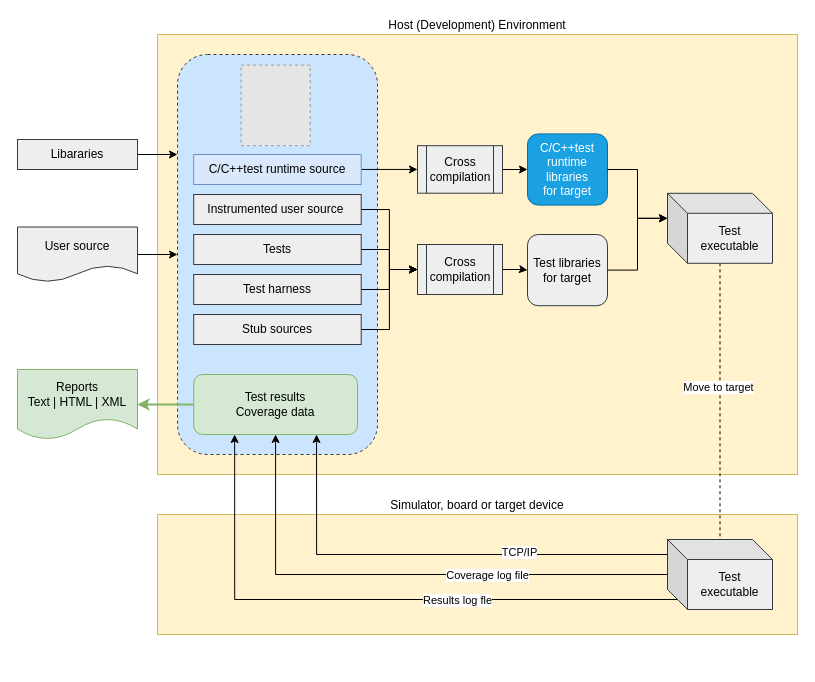
Above: cpptest-testing-diagrams.drawio in gtrofimov/draw-io-projects (draw.io), before the change. Source tidied: cells renumbered, new cells numbered last; positions are measured from the earlier drawing's top-left corner, leaving out a move shared by most shapes. Both pictures are drawn from the tidied source at 100%, with x=0, y=0 at pixel (17, 34). Pictures stored in the file or linked from it are replaced by grey dashed boxes.
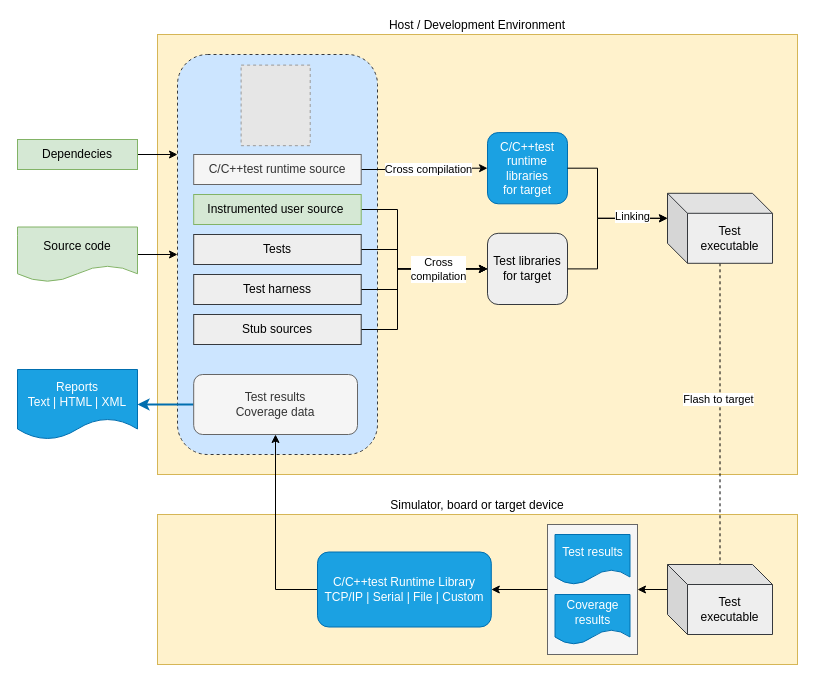
Above is the later version.

The change refers to these unchanged cells:
```xml
<mxCell id="10" value="Test harness" style="rounded=0;whiteSpace=wrap;html=1;fillColor=#eeeeee;strokeColor=#36393d;" parent="1" vertex="1">
  <mxGeometry x="176.2" y="240" width="167.5" height="30" as="geometry" />
</mxCell>
<mxCell id="12" value="Stub sources" style="rounded=0;whiteSpace=wrap;html=1;fillColor=#eeeeee;strokeColor=#36393d;" parent="1" vertex="1">
  <mxGeometry x="176.2" y="280" width="167.5" height="30" as="geometry" />
</mxCell>
<mxCell id="16" value="Tests" style="rounded=0;whiteSpace=wrap;html=1;fillColor=#eeeeee;strokeColor=#36393d;" parent="1" vertex="1">
  <mxGeometry x="176.2" y="200" width="167.5" height="30" as="geometry" />
</mxCell>
<mxCell id="24" style="edgeStyle=orthogonalEdgeStyle;rounded=0;jettySize=auto;html=1;strokeWidth=1;dashed=1;endArrow=none;endFill=0;" parent="1" edge="1" source="26" target="37">
  <mxGeometry relative="1" as="geometry" />
</mxCell>
<mxCell id="26" value="Test executable" style="shape=cube;whiteSpace=wrap;html=1;boundedLbl=1;backgroundOutline=1;darkOpacity=0.05;darkOpacity2=0.1;fillColor=#eeeeee;strokeColor=#36393d;" parent="1" vertex="1">
  <mxGeometry x="650" y="158.8" width="105" height="70" as="geometry" />
</mxCell>
```

The edit, as a diff of the source:
```diff
@@
     <mxCell id="2" value="Simulator, board or target device" style="rounded=0;whiteSpace=wrap;html=1;labelPosition=center;verticalLabelPosition=top;align=center;verticalAlign=bottom;fillColor=#fff2cc;strokeColor=#d6b656;" parent="1" vertex="1">
-      <mxGeometry x="140" y="480" width="640" height="120" as="geometry" />
+      <mxGeometry x="140" y="480" width="640" height="150" as="geometry" />
     </mxCell>
-    <mxCell id="3" value="Host (Development) Environment" style="rounded=0;whiteSpace=wrap;html=1;labelPosition=center;verticalLabelPosition=top;align=center;verticalAlign=bottom;fillColor=#fff2cc;strokeColor=#d6b656;" parent="1" vertex="1">
+    <mxCell id="3" value="Host / Development Environment" style="rounded=0;whiteSpace=wrap;html=1;labelPosition=center;verticalLabelPosition=top;align=center;verticalAlign=bottom;fillColor=#fff2cc;strokeColor=#d6b656;" parent="1" vertex="1">
       <mxGeometry x="140" width="640" height="440" as="geometry" />
     </mxCell>
@@
-    <mxCell id="5" style="edgeStyle=orthogonalEdgeStyle;rounded=0;jettySize=auto;html=1;entryX=0;entryY=0.5;entryDx=0;entryDy=0;" parent="1" edge="1" source="6" target="14">
+    <mxCell id="5" style="edgeStyle=orthogonalEdgeStyle;rounded=0;jettySize=auto;html=1;entryX=0;entryY=0.5;entryDx=0;entryDy=0;" parent="1" edge="1" source="6" target="19">
       <mxGeometry relative="1" as="geometry" />
     </mxCell>
+    <mxCell id="41" value="Cross compilation" style="edgeLabel;html=1;align=center;verticalAlign=middle;" parent="5" vertex="1">
+      <mxGeometry x="0.13" y="-1" relative="1" as="geometry">
+        <mxPoint x="-4" as="offset" />
+      </mxGeometry>
+    </mxCell>
-    <mxCell id="6" value="C/C++test runtime source" style="rounded=0;whiteSpace=wrap;html=1;fillColor=#dae8fc;strokeColor=#6c8ebf;" parent="1" vertex="1">
+    <mxCell id="6" value="C/C++test runtime source" style="rounded=0;whiteSpace=wrap;html=1;fillColor=#f5f5f5;strokeColor=#666666;fontColor=#333333;" parent="1" vertex="1">
       <mxGeometry x="176.2" y="120" width="167.5" height="30" as="geometry" />
     </mxCell>
-    <mxCell id="7" style="edgeStyle=orthogonalEdgeStyle;rounded=0;jettySize=auto;html=1;entryX=0;entryY=0.5;entryDx=0;entryDy=0;" parent="1" edge="1" source="8" target="18">
-      <mxGeometry relative="1" as="geometry" />
+    <mxCell id="7" style="edgeStyle=orthogonalEdgeStyle;rounded=0;jettySize=auto;html=1;entryX=0;entryY=0.5;entryDx=0;entryDy=0;" parent="1" edge="1" source="8" target="20">
+      <mxGeometry relative="1" as="geometry">
+        <Array as="points">
+          <mxPoint x="380" y="175" />
+          <mxPoint x="380" y="234" />
+        </Array>
+      </mxGeometry>
     </mxCell>
-    <mxCell id="8" value="Instrumented user source&amp;nbsp;" style="rounded=0;whiteSpace=wrap;html=1;fillColor=#eeeeee;strokeColor=#36393d;" parent="1" vertex="1">
+    <mxCell id="8" value="Instrumented user source&amp;nbsp;" style="rounded=0;whiteSpace=wrap;html=1;fillColor=#d5e8d4;strokeColor=#82b366;" parent="1" vertex="1">
       <mxGeometry x="176.2" y="160" width="167.5" height="30" as="geometry" />
     </mxCell>
-    <mxCell id="9" style="edgeStyle=orthogonalEdgeStyle;rounded=0;jettySize=auto;html=1;entryX=0;entryY=0.5;entryDx=0;entryDy=0;" parent="1" edge="1" source="10" target="18">
-      <mxGeometry relative="1" as="geometry" />
+    <mxCell id="9" style="edgeStyle=orthogonalEdgeStyle;rounded=0;jettySize=auto;html=1;entryX=0;entryY=0.5;entryDx=0;entryDy=0;" parent="1" edge="1" source="10" target="20">
+      <mxGeometry relative="1" as="geometry">
+        <Array as="points">
+          <mxPoint x="380" y="255" />
+          <mxPoint x="380" y="234" />
+        </Array>
+      </mxGeometry>
     </mxCell>
@@
-    <mxCell id="11" style="edgeStyle=orthogonalEdgeStyle;rounded=0;jettySize=auto;html=1;entryX=0;entryY=0.5;entryDx=0;entryDy=0;" parent="1" edge="1" source="12" target="18">
-      <mxGeometry relative="1" as="geometry" />
+    <mxCell id="11" style="edgeStyle=orthogonalEdgeStyle;rounded=0;jettySize=auto;html=1;entryX=0;entryY=0.5;entryDx=0;entryDy=0;" parent="1" edge="1" source="12" target="20">
+      <mxGeometry relative="1" as="geometry">
+        <Array as="points">
+          <mxPoint x="380" y="295" />
+          <mxPoint x="380" y="234" />
+        </Array>
+      </mxGeometry>
     </mxCell>
@@
-    <mxCell id="13" style="edgeStyle=orthogonalEdgeStyle;rounded=0;jettySize=auto;html=1;" parent="1" edge="1" source="14" target="19">
-      <mxGeometry relative="1" as="geometry" />
-    </mxCell>
-    <mxCell id="14" value="Cross compilation" style="shape=process;whiteSpace=wrap;html=1;backgroundOutline=1;fillColor=#eeeeee;strokeColor=#36393d;" parent="1" vertex="1">
-      <mxGeometry x="400" y="111.2" width="85" height="47.5" as="geometry" />
-    </mxCell>
-    <mxCell id="15" style="edgeStyle=orthogonalEdgeStyle;rounded=0;jettySize=auto;html=1;entryX=0;entryY=0.5;entryDx=0;entryDy=0;" parent="1" edge="1" source="16" target="18">
-      <mxGeometry relative="1" as="geometry" />
+    <mxCell id="15" style="edgeStyle=orthogonalEdgeStyle;rounded=0;jettySize=auto;html=1;entryX=0;entryY=0.5;entryDx=0;entryDy=0;" parent="1" edge="1" source="16" target="20">
+      <mxGeometry relative="1" as="geometry">
+        <Array as="points">
+          <mxPoint x="380" y="215" />
+          <mxPoint x="380" y="234" />
+        </Array>
+      </mxGeometry>
     </mxCell>
+    <mxCell id="42" value="Cross&lt;div&gt;compilation&lt;/div&gt;" style="edgeLabel;html=1;align=center;verticalAlign=middle;" parent="15" vertex="1">
+      <mxGeometry x="0.55" y="-1" relative="1" as="geometry">
+        <mxPoint x="-17" y="-1" as="offset" />
+      </mxGeometry>
+    </mxCell>
@@
-    <mxCell id="17" style="edgeStyle=orthogonalEdgeStyle;rounded=0;jettySize=auto;html=1;" parent="1" edge="1" source="18" target="20">
-      <mxGeometry relative="1" as="geometry" />
-    </mxCell>
-    <mxCell id="18" value="Cross compilation" style="shape=process;whiteSpace=wrap;html=1;backgroundOutline=1;fillColor=#eeeeee;strokeColor=#36393d;" parent="1" vertex="1">
-      <mxGeometry x="400" y="210" width="85" height="50" as="geometry" />
-    </mxCell>
     <mxCell id="19" value="C/C++test runtime libraries&lt;div&gt;for target&lt;/div&gt;" style="rounded=1;whiteSpace=wrap;html=1;fillColor=#1ba1e2;strokeColor=#006EAF;fontColor=#ffffff;" parent="1" vertex="1">
-      <mxGeometry x="510" y="99.4" width="80" height="71.2" as="geometry" />
+      <mxGeometry x="470" y="98.1" width="80" height="71.2" as="geometry" />
     </mxCell>
     <mxCell id="20" value="Test libraries&lt;div&gt;for target&lt;/div&gt;" style="rounded=1;whiteSpace=wrap;html=1;fillColor=#eeeeee;strokeColor=#36393d;" parent="1" vertex="1">
-      <mxGeometry x="510" y="200" width="80" height="71.2" as="geometry" />
+      <mxGeometry x="470" y="198.8" width="80" height="71.2" as="geometry" />
     </mxCell>
@@
-    <mxCell id="22" value="User source" style="shape=document;whiteSpace=wrap;html=1;boundedLbl=1;fillColor=#eeeeee;strokeColor=#36393d;" parent="1" vertex="1">
+    <mxCell id="22" value="Source code" style="shape=document;whiteSpace=wrap;html=1;boundedLbl=1;fillColor=#d5e8d4;strokeColor=#82b366;" parent="1" vertex="1">
       <mxGeometry y="192.5" width="120" height="55" as="geometry" />
     </mxCell>
-    <mxCell id="23" value="Reports&lt;div&gt;Text | HTML | XML&lt;/div&gt;" style="shape=document;whiteSpace=wrap;html=1;boundedLbl=1;fillColor=#d5e8d4;strokeColor=#82b366;" parent="1" vertex="1">
+    <mxCell id="23" value="Reports&lt;div&gt;Text | HTML | XML&lt;/div&gt;" style="shape=document;whiteSpace=wrap;html=1;boundedLbl=1;fillColor=#1ba1e2;strokeColor=#006EAF;fontColor=#ffffff;" parent="1" vertex="1">
       <mxGeometry y="335" width="120" height="70" as="geometry" />
     </mxCell>
@@
-    <mxCell id="25" value="Move to target" style="edgeLabel;html=1;align=center;verticalAlign=middle;" parent="24" vertex="1">
+    <mxCell id="25" value="Flash to target" style="edgeLabel;html=1;align=center;verticalAlign=middle;" parent="24" vertex="1">
       <mxGeometry x="-0.1" y="-2" relative="1" as="geometry" />
     </mxCell>
@@
     <mxCell id="27" style="edgeStyle=orthogonalEdgeStyle;rounded=0;jettySize=auto;html=1;entryX=0;entryY=0;entryDx=0;entryDy=25;entryPerimeter=0;" parent="1" edge="1" source="20" target="26">
-      <mxGeometry relative="1" as="geometry" />
+      <mxGeometry relative="1" as="geometry">
+        <Array as="points">
+          <mxPoint x="580" y="235" />
+          <mxPoint x="580" y="184" />
+        </Array>
+      </mxGeometry>
     </mxCell>
     <mxCell id="28" style="edgeStyle=orthogonalEdgeStyle;rounded=0;jettySize=auto;html=1;entryX=0;entryY=0;entryDx=0;entryDy=25;entryPerimeter=0;" parent="1" edge="1" source="19" target="26">
-      <mxGeometry relative="1" as="geometry" />
+      <mxGeometry relative="1" as="geometry">
+        <Array as="points">
+          <mxPoint x="580" y="134" />
+          <mxPoint x="580" y="184" />
+        </Array>
+      </mxGeometry>
     </mxCell>
+    <mxCell id="43" value="Linking" style="edgeLabel;html=1;align=center;verticalAlign=middle;" parent="28" vertex="1">
+      <mxGeometry x="0.63" y="2" relative="1" as="geometry">
+        <mxPoint x="-7" as="offset" />
+      </mxGeometry>
+    </mxCell>
@@
-    <mxCell id="30" value="Libararies" style="rounded=0;whiteSpace=wrap;html=1;fillColor=#eeeeee;strokeColor=#36393d;" parent="1" vertex="1">
+    <mxCell id="30" value="Dependecies" style="rounded=0;whiteSpace=wrap;html=1;fillColor=#d5e8d4;strokeColor=#82b366;" parent="1" vertex="1">
       <mxGeometry y="105" width="120" height="30" as="geometry" />
     </mxCell>
-    <mxCell id="31" style="edgeStyle=orthogonalEdgeStyle;rounded=0;jettySize=auto;html=1;entryX=0.5;entryY=1;entryDx=0;entryDy=0;" parent="1" edge="1" source="37" target="39">
-      <mxGeometry relative="1" as="geometry" />
-    </mxCell>
-    <mxCell id="32" value="Coverage log file" style="edgeLabel;html=1;align=center;verticalAlign=middle;" parent="31" vertex="1">
-      <mxGeometry x="-0.43" y="-4" relative="1" as="geometry">
-        <mxPoint x="-29" y="4" as="offset" />
-      </mxGeometry>
-    </mxCell>
-    <mxCell id="33" style="edgeStyle=orthogonalEdgeStyle;rounded=0;jettySize=auto;html=1;entryX=0.75;entryY=1;entryDx=0;entryDy=0;" parent="1" edge="1" source="37" target="39">
-      <mxGeometry relative="1" as="geometry">
-        <Array as="points">
-          <mxPoint x="299" y="520" />
-        </Array>
-      </mxGeometry>
-    </mxCell>
-    <mxCell id="34" value="TCP/IP" style="edgeLabel;html=1;align=center;verticalAlign=middle;" parent="33" vertex="1">
-      <mxGeometry x="-0.27" y="-3" relative="1" as="geometry">
-        <mxPoint x="23" as="offset" />
-      </mxGeometry>
-    </mxCell>
-    <mxCell id="35" style="edgeStyle=orthogonalEdgeStyle;rounded=0;jettySize=auto;html=1;exitX=0;exitY=0;exitDx=10;exitDy=60;exitPerimeter=0;entryX=0.25;entryY=1;entryDx=0;entryDy=0;" parent="1" edge="1" source="37" target="39">
-      <mxGeometry relative="1" as="geometry" />
-    </mxCell>
-    <mxCell id="36" value="Results log fle" style="edgeLabel;html=1;align=center;verticalAlign=middle;" parent="35" vertex="1">
-      <mxGeometry x="-0.31" relative="1" as="geometry">
-        <mxPoint x="-11" as="offset" />
-      </mxGeometry>
-    </mxCell>
+    <mxCell id="44" style="edgeStyle=orthogonalEdgeStyle;rounded=0;jettySize=auto;html=1;exitX=0;exitY=0;exitDx=0;exitDy=25;exitPerimeter=0;entryX=1;entryY=0.5;entryDx=0;entryDy=0;" parent="1" edge="1" source="37" target="46">
+      <mxGeometry relative="1" as="geometry" />
+    </mxCell>
     <mxCell id="37" value="Test executable" style="shape=cube;whiteSpace=wrap;html=1;boundedLbl=1;backgroundOutline=1;darkOpacity=0.05;darkOpacity2=0.1;fillColor=#eeeeee;strokeColor=#36393d;" parent="1" vertex="1">
-      <mxGeometry x="650" y="505" width="105" height="70" as="geometry" />
+      <mxGeometry x="650" y="530" width="105" height="70" as="geometry" />
     </mxCell>
-    <mxCell id="38" style="edgeStyle=orthogonalEdgeStyle;rounded=0;jettySize=auto;html=1;entryX=1;entryY=0.5;entryDx=0;entryDy=0;fillColor=#d5e8d4;strokeColor=#82b366;strokeWidth=2;" parent="1" edge="1" source="39" target="23">
+    <mxCell id="38" style="edgeStyle=orthogonalEdgeStyle;rounded=0;jettySize=auto;html=1;entryX=1;entryY=0.5;entryDx=0;entryDy=0;fillColor=#1ba1e2;strokeColor=#006EAF;strokeWidth=2;" parent="1" edge="1" source="39" target="23">
       <mxGeometry relative="1" as="geometry" />
     </mxCell>
-    <mxCell id="39" value="Test results&lt;div&gt;Coverage data&lt;/div&gt;" style="rounded=1;whiteSpace=wrap;html=1;fillColor=#d5e8d4;strokeColor=#82b366;" parent="1" vertex="1">
+    <mxCell id="39" value="Test results&lt;div&gt;Coverage data&lt;/div&gt;" style="rounded=1;whiteSpace=wrap;html=1;fillColor=#f5f5f5;strokeColor=#666666;fontColor=#333333;" parent="1" vertex="1">
       <mxGeometry x="176.2" y="340" width="163.8" height="60" as="geometry" />
     </mxCell>
@@
+    <mxCell id="45" style="group;fillColor=#f5f5f5;strokeColor=#666666;fontColor=#333333;" parent="1" vertex="1">
+      <mxGeometry x="530" y="490" width="90" height="130" as="geometry" />
+    </mxCell>
+    <mxCell id="46" style="rounded=0;whiteSpace=wrap;html=1;fillColor=#f5f5f5;fontColor=#333333;strokeColor=#666666;" parent="45" vertex="1">
+      <mxGeometry width="90" height="130" as="geometry" />
+    </mxCell>
+    <mxCell id="47" value="Test results" style="shape=document;whiteSpace=wrap;html=1;boundedLbl=1;fillColor=#1ba1e2;fontColor=#ffffff;strokeColor=#006EAF;" parent="45" vertex="1">
+      <mxGeometry x="7.5" y="10" width="75" height="50" as="geometry" />
+    </mxCell>
+    <mxCell id="48" value="Coverage results" style="shape=document;whiteSpace=wrap;html=1;boundedLbl=1;fillColor=#1ba1e2;fontColor=#ffffff;strokeColor=#006EAF;" parent="45" vertex="1">
+      <mxGeometry x="7.5" y="70" width="75" height="50" as="geometry" />
+    </mxCell>
+    <mxCell id="49" style="edgeStyle=orthogonalEdgeStyle;rounded=0;jettySize=auto;html=1;" parent="1" edge="1" source="50" target="39">
+      <mxGeometry relative="1" as="geometry">
+        <Array as="points">
+          <mxPoint x="258" y="555" />
+        </Array>
+      </mxGeometry>
+    </mxCell>
+    <mxCell id="50" value="&lt;span style=&quot;color: rgb(255, 255, 255);&quot;&gt;C/C++test Runtime Library&lt;/span&gt;&lt;div style=&quot;color: rgb(255, 255, 255);&quot;&gt;TCP/IP | Serial | File | Custom&lt;/div&gt;" style="rounded=1;whiteSpace=wrap;html=1;fillColor=#1ba1e2;fontColor=#ffffff;strokeColor=#006EAF;" parent="1" vertex="1">
+      <mxGeometry x="300" y="517.5" width="173.8" height="75" as="geometry" />
+    </mxCell>
+    <mxCell id="51" style="edgeStyle=orthogonalEdgeStyle;rounded=0;jettySize=auto;html=1;entryX=1;entryY=0.5;entryDx=0;entryDy=0;" parent="1" edge="1" source="46" target="50">
+      <mxGeometry relative="1" as="geometry" />
+    </mxCell>
```
